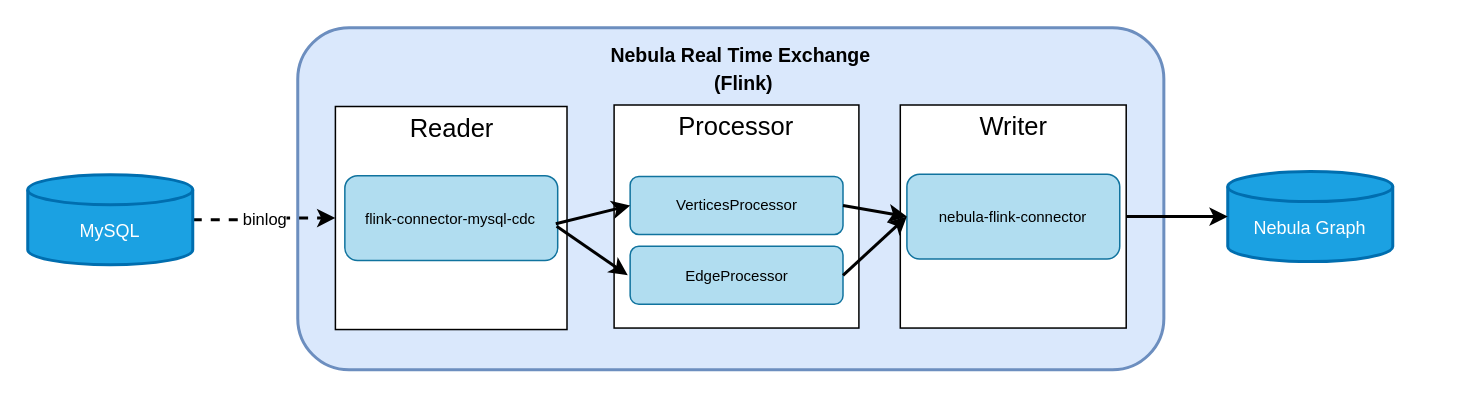
ToJ112/pic-md keeps this draw.io diagram as Untitled Diagram.drawio. Above is the earlier version. Source tidied: cells renumbered, new cells numbered last; positions are measured from the earlier drawing's top-left corner, leaving out a move shared by most shapes. Both pictures are drawn from the tidied source at 150%, with x=0, y=0 at pixel (27, 27).
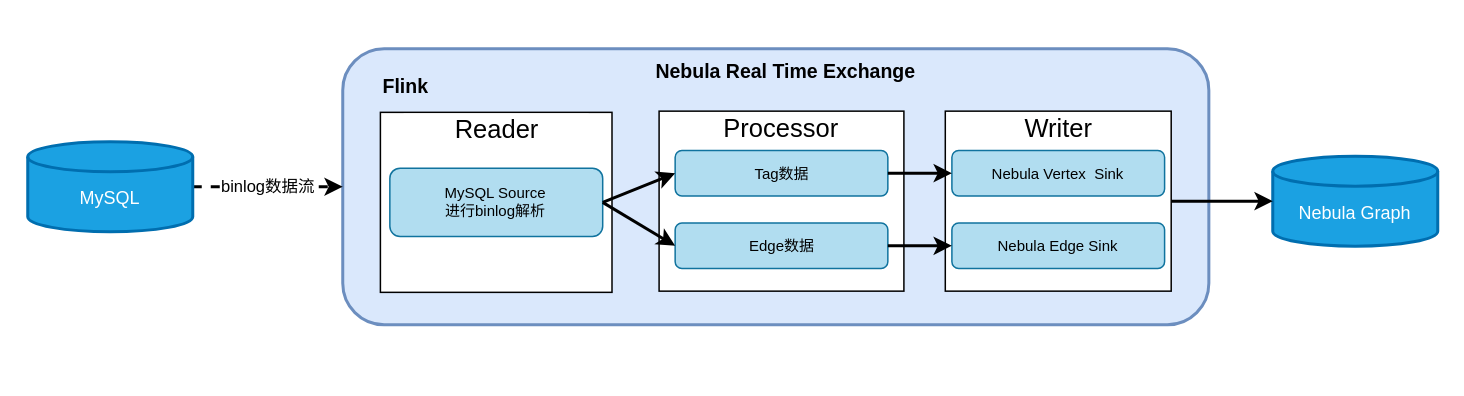
The same page after the edit.

Diff of the diagram source:
```diff
@@
     <mxCell id="2" style="group;" parent="1" vertex="1">
-      <mxGeometry x="180" width="590" height="228" as="geometry" />
+      <mxGeometry x="210" y="14" width="590" height="184" as="geometry" />
     </mxCell>
     <mxCell id="3" style="rounded=1;whiteSpace=wrap;html=1;fillColor=#dae8fc;strokeWidth=2;strokeColor=#6c8ebf;" parent="2" vertex="1">
-      <mxGeometry width="577.4" height="228" as="geometry" />
+      <mxGeometry width="577.4" height="184" as="geometry" />
     </mxCell>
     <mxCell id="4" value="&lt;font style=&quot;font-size: 13px; line-height: 0.7;&quot;&gt;Nebula Real Time Exchange&lt;br&gt;&lt;/font&gt;" style="text;strokeColor=none;fillColor=none;html=1;fontSize=24;fontStyle=1;verticalAlign=middle;align=center;rounded=1;" parent="2" vertex="1">
-      <mxGeometry x="156.9" width="276.2" height="29.7" as="geometry" />
+      <mxGeometry x="156.9" width="276.2" height="24" as="geometry" />
     </mxCell>
     <mxCell id="5" style="group;" parent="2" vertex="1">
-      <mxGeometry x="401.7" y="51.5" width="150.6" height="148.7" as="geometry" />
+      <mxGeometry x="401.7" y="41.6" width="150.6" height="120" as="geometry" />
     </mxCell>
     <mxCell id="6" style="group;" parent="5" vertex="1">
-      <mxGeometry width="150.6" height="148.7" as="geometry" />
+      <mxGeometry width="150.6" height="120" as="geometry" />
     </mxCell>
     <mxCell id="7" style="rounded=0;whiteSpace=wrap;html=1;fontSize=10;fillColor=#FFFFFF;" parent="6" vertex="1">
-      <mxGeometry width="150.6" height="148.7" as="geometry" />
+      <mxGeometry width="150.6" height="120" as="geometry" />
     </mxCell>
     <mxCell id="8" value="&lt;font style=&quot;font-size: 17px;&quot;&gt;Writer&lt;/font&gt;" style="rounded=0;whiteSpace=wrap;html=1;fontSize=10;fillColor=#FFFFFF;strokeWidth=0;strokeColor=none;" parent="6" vertex="1">
-      <mxGeometry x="15.1" y="1" width="120.5" height="29.7" as="geometry" />
+      <mxGeometry x="15.1" y="0.8" width="120.5" height="24" as="geometry" />
     </mxCell>
-    <mxCell id="9" value="&lt;div&gt;&lt;span style=&quot;background-color: initial;&quot;&gt;nebula-flink-connector&lt;/span&gt;&lt;br&gt;&lt;/div&gt;" style="rounded=1;whiteSpace=wrap;html=1;fontSize=10;strokeWidth=1;fillColor=#b1ddf0;strokeColor=#10739e;" parent="6" vertex="1">
-      <mxGeometry x="4.4" y="46.1" width="141.9" height="56.5" as="geometry" />
+    <mxCell id="9" value="Nebula&amp;nbsp;Vertex &amp;nbsp;Sink" style="rounded=1;whiteSpace=wrap;html=1;fontSize=10;strokeWidth=1;fillColor=#b1ddf0;strokeColor=#10739e;" parent="6" vertex="1">
+      <mxGeometry x="4.4" y="26.2" width="141.8" height="30.3" as="geometry" />
     </mxCell>
+    <mxCell id="30" value="Nebula Edge Sink" style="rounded=1;whiteSpace=wrap;html=1;fontSize=10;strokeWidth=1;fillColor=#b1ddf0;strokeColor=#10739e;" parent="6" vertex="1">
+      <mxGeometry x="4.4" y="74.6" width="141.8" height="30.3" as="geometry" />
+    </mxCell>
     <mxCell id="10" style="group;" parent="2" vertex="1">
-      <mxGeometry x="210.9" y="51.5" width="163.2" height="148.7" as="geometry" />
+      <mxGeometry x="210.9" y="41.6" width="163.2" height="120" as="geometry" />
     </mxCell>
     <mxCell id="11" style="group;" parent="10" vertex="1">
-      <mxGeometry width="163.2" height="148.7" as="geometry" />
+      <mxGeometry width="163.2" height="120" as="geometry" />
     </mxCell>
     <mxCell id="12" style="rounded=0;whiteSpace=wrap;html=1;fontSize=10;fillColor=#FFFFFF;" parent="11" vertex="1">
-      <mxGeometry width="163.2" height="148.7" as="geometry" />
+      <mxGeometry width="163.2" height="120" as="geometry" />
     </mxCell>
     <mxCell id="13" value="&lt;font style=&quot;font-size: 17px;&quot;&gt;Processor&lt;/font&gt;" style="rounded=0;whiteSpace=wrap;html=1;fontSize=10;fillColor=#FFFFFF;strokeWidth=0;strokeColor=none;" parent="11" vertex="1">
-      <mxGeometry x="16.3" y="1" width="130.6" height="29.7" as="geometry" />
+      <mxGeometry x="16.3" y="0.8" width="130.6" height="24" as="geometry" />
     </mxCell>
-    <mxCell id="14" value="&lt;font style=&quot;font-size: 10px;&quot;&gt;VerticesProcessor&lt;/font&gt;" style="rounded=1;whiteSpace=wrap;html=1;fontSize=10;strokeWidth=1;fillColor=#b1ddf0;strokeColor=#10739e;" parent="11" vertex="1">
-      <mxGeometry x="10.7" y="47.6" width="141.9" height="38.7" as="geometry" />
-    </mxCell>
-    <mxCell id="15" value="&lt;font style=&quot;font-size: 10px;&quot;&gt;EdgeProcessor&lt;/font&gt;" style="rounded=1;whiteSpace=wrap;html=1;fontSize=10;strokeWidth=1;fillColor=#b1ddf0;strokeColor=#10739e;" parent="11" vertex="1">
-      <mxGeometry x="10.7" y="94.2" width="141.9" height="38.7" as="geometry" />
-    </mxCell>
+    <mxCell id="31" value="Tag数据" style="rounded=1;whiteSpace=wrap;html=1;fontSize=10;strokeWidth=1;fillColor=#b1ddf0;strokeColor=#10739e;" parent="11" vertex="1">
+      <mxGeometry x="10.7" y="26.2" width="141.8" height="30.3" as="geometry" />
+    </mxCell>
+    <mxCell id="32" value="Edge数据" style="rounded=1;whiteSpace=wrap;html=1;fontSize=10;strokeWidth=1;fillColor=#b1ddf0;strokeColor=#10739e;" parent="11" vertex="1">
+      <mxGeometry x="10.7" y="74.6" width="141.8" height="30.3" as="geometry" />
+    </mxCell>
     <mxCell id="16" style="group;" parent="2" vertex="1">
-      <mxGeometry x="25.1" y="52.5" width="154.4" height="148.7" as="geometry" />
+      <mxGeometry x="25.1" y="42.4" width="154.4" height="120" as="geometry" />
     </mxCell>
     <mxCell id="17" style="group;" parent="16" vertex="1">
-      <mxGeometry width="154.4" height="148.7" as="geometry" />
+      <mxGeometry width="154.4" height="120" as="geometry" />
     </mxCell>
     <mxCell id="18" style="rounded=0;whiteSpace=wrap;html=1;fontSize=10;fillColor=#FFFFFF;" parent="17" vertex="1">
-      <mxGeometry width="154.4" height="148.7" as="geometry" />
+      <mxGeometry width="154.4" height="120" as="geometry" />
     </mxCell>
     <mxCell id="19" value="&lt;font style=&quot;font-size: 17px;&quot;&gt;Reader&lt;/font&gt;" style="rounded=0;whiteSpace=wrap;html=1;fontSize=10;fillColor=#FFFFFF;strokeWidth=0;strokeColor=none;" parent="17" vertex="1">
-      <mxGeometry x="15.4" y="1" width="123.5" height="29.7" as="geometry" />
+      <mxGeometry x="15.4" y="0.8" width="123.5" height="24" as="geometry" />
     </mxCell>
-    <mxCell id="20" value="&lt;font style=&quot;font-size: 10px;&quot;&gt;flink-connector-mysql-cdc&lt;/font&gt;" style="rounded=1;whiteSpace=wrap;html=1;fontSize=10;strokeWidth=1;fillColor=#b1ddf0;strokeColor=#10739e;" parent="17" vertex="1">
-      <mxGeometry x="6.3" y="46.1" width="141.9" height="56.5" as="geometry" />
+    <mxCell id="20" value="MySQL Source&lt;br&gt;进行binlog解析" style="rounded=1;whiteSpace=wrap;html=1;fontSize=10;strokeWidth=1;fillColor=#b1ddf0;strokeColor=#10739e;" parent="17" vertex="1">
+      <mxGeometry x="6.3" y="37.2" width="141.9" height="45.6" as="geometry" />
     </mxCell>
-    <mxCell id="21" style="endArrow=classic;html=1;rounded=0;fontSize=17;strokeWidth=2;entryX=0;entryY=0.5;entryDx=0;entryDy=0;exitX=0.991;exitY=0.568;exitDx=0;exitDy=0;exitPerimeter=0;" parent="2" edge="1" source="20" target="14">
-      <mxGeometry relative="1" as="geometry" />
-    </mxCell>
-    <mxCell id="22" value="&lt;span style=&quot;color: rgb(0, 0, 0); font-family: Helvetica; font-size: 13px; font-style: normal; font-variant-ligatures: normal; font-variant-caps: normal; font-weight: 700; letter-spacing: normal; orphans: 2; text-align: center; text-indent: 0px; text-transform: none; widows: 2; word-spacing: 0px; -webkit-text-stroke-width: 0px; text-decoration-thickness: initial; text-decoration-style: initial; text-decoration-color: initial; float: none; display: inline !important;&quot;&gt;(Flink)&lt;/span&gt;" style="text;whiteSpace=wrap;html=1;fontSize=12;" parent="2" vertex="1">
-      <mxGeometry x="276" y="22.8" width="57.1" height="29.7" as="geometry" />
+    <mxCell id="22" value="&lt;span style=&quot;color: rgb(0, 0, 0); font-family: Helvetica; font-size: 13px; font-style: normal; font-variant-ligatures: normal; font-variant-caps: normal; font-weight: 700; letter-spacing: normal; orphans: 2; text-align: center; text-indent: 0px; text-transform: none; widows: 2; word-spacing: 0px; -webkit-text-stroke-width: 0px; text-decoration-thickness: initial; text-decoration-style: initial; text-decoration-color: initial; float: none; display: inline !important;&quot;&gt;Flink&lt;/span&gt;" style="text;whiteSpace=wrap;html=1;fontSize=12;" parent="2" vertex="1">
+      <mxGeometry x="25.1" y="11.3" width="57.1" height="24" as="geometry" />
     </mxCell>
-    <mxCell id="23" style="endArrow=classic;html=1;rounded=0;fontSize=17;strokeWidth=2;entryX=0;entryY=0.5;entryDx=0;entryDy=0;exitX=1;exitY=0.5;exitDx=0;exitDy=0;" parent="2" edge="1" source="15" target="9">
+    <mxCell id="23" style="endArrow=classic;html=1;rounded=0;fontSize=17;strokeWidth=2;entryX=0;entryY=0.5;entryDx=0;entryDy=0;exitX=1;exitY=0.5;exitDx=0;exitDy=0;" parent="2" edge="1" source="32" target="30">
       <mxGeometry relative="1" as="geometry" />
     </mxCell>
-    <mxCell id="24" style="endArrow=classic;html=1;rounded=0;fontSize=17;strokeWidth=2;entryX=0;entryY=0.5;entryDx=0;entryDy=0;exitX=1;exitY=0.5;exitDx=0;exitDy=0;" parent="2" edge="1" source="14" target="9">
+    <mxCell id="24" style="endArrow=classic;html=1;rounded=0;fontSize=17;strokeWidth=2;entryX=0;entryY=0.5;entryDx=0;entryDy=0;exitX=1;exitY=0.5;exitDx=0;exitDy=0;" parent="2" edge="1" source="31" target="9">
       <mxGeometry relative="1" as="geometry" />
     </mxCell>
+    <mxCell id="33" style="endArrow=classic;html=1;rounded=0;fontSize=17;strokeWidth=2;entryX=0;entryY=0.5;entryDx=0;entryDy=0;exitX=1;exitY=0.5;exitDx=0;exitDy=0;" parent="2" edge="1" source="20" target="32">
+      <mxGeometry relative="1" as="geometry" />
+    </mxCell>
+    <mxCell id="34" style="endArrow=classic;html=1;rounded=0;fontSize=17;strokeWidth=2;entryX=0;entryY=0.5;entryDx=0;entryDy=0;exitX=1;exitY=0.5;exitDx=0;exitDy=0;" parent="2" edge="1" source="20" target="31">
+      <mxGeometry relative="1" as="geometry" />
+    </mxCell>
-    <mxCell id="25" value="binlog" style="edgeStyle=orthogonalEdgeStyle;rounded=0;jettySize=auto;html=1;exitX=1;exitY=0.5;exitDx=0;exitDy=0;exitPerimeter=0;dashed=1;strokeWidth=2;entryX=0;entryY=0.5;entryDx=0;entryDy=0;" parent="1" edge="1" source="26" target="18">
+    <mxCell id="25" value="binlog数据流" style="edgeStyle=orthogonalEdgeStyle;rounded=0;jettySize=auto;html=1;exitX=1;exitY=0.5;exitDx=0;exitDy=0;exitPerimeter=0;dashed=1;strokeWidth=2;entryX=0;entryY=0.5;entryDx=0;entryDy=0;" parent="1" edge="1" source="26" target="3">
       <mxGeometry relative="1" as="geometry" />
     </mxCell>
     <mxCell id="26" value="&lt;br&gt;MySQL" style="strokeWidth=2;html=1;shape=mxgraph.flowchart.database;whiteSpace=wrap;fillColor=#1ba1e2;fontColor=#ffffff;strokeColor=#006EAF;" parent="1" vertex="1">
-      <mxGeometry y="98" width="110" height="60" as="geometry" />
+      <mxGeometry y="76" width="110" height="60" as="geometry" />
     </mxCell>
     <mxCell id="27" value="&lt;br&gt;Nebula Graph" style="strokeWidth=2;html=1;shape=mxgraph.flowchart.database;whiteSpace=wrap;fillColor=#1ba1e2;fontColor=#ffffff;strokeColor=#006EAF;" parent="1" vertex="1">
-      <mxGeometry x="800" y="95.9" width="110" height="60" as="geometry" />
+      <mxGeometry x="830" y="85.6" width="110" height="60" as="geometry" />
     </mxCell>
@@
-    <mxCell id="29" style="endArrow=classic;html=1;rounded=0;fontSize=17;strokeWidth=2;exitX=0.995;exitY=0.598;exitDx=0;exitDy=0;exitPerimeter=0;" parent="1" edge="1" source="20">
-      <mxGeometry relative="1" as="geometry">
-        <mxPoint x="400" y="165" as="targetPoint" />
-      </mxGeometry>
-    </mxCell>
```
